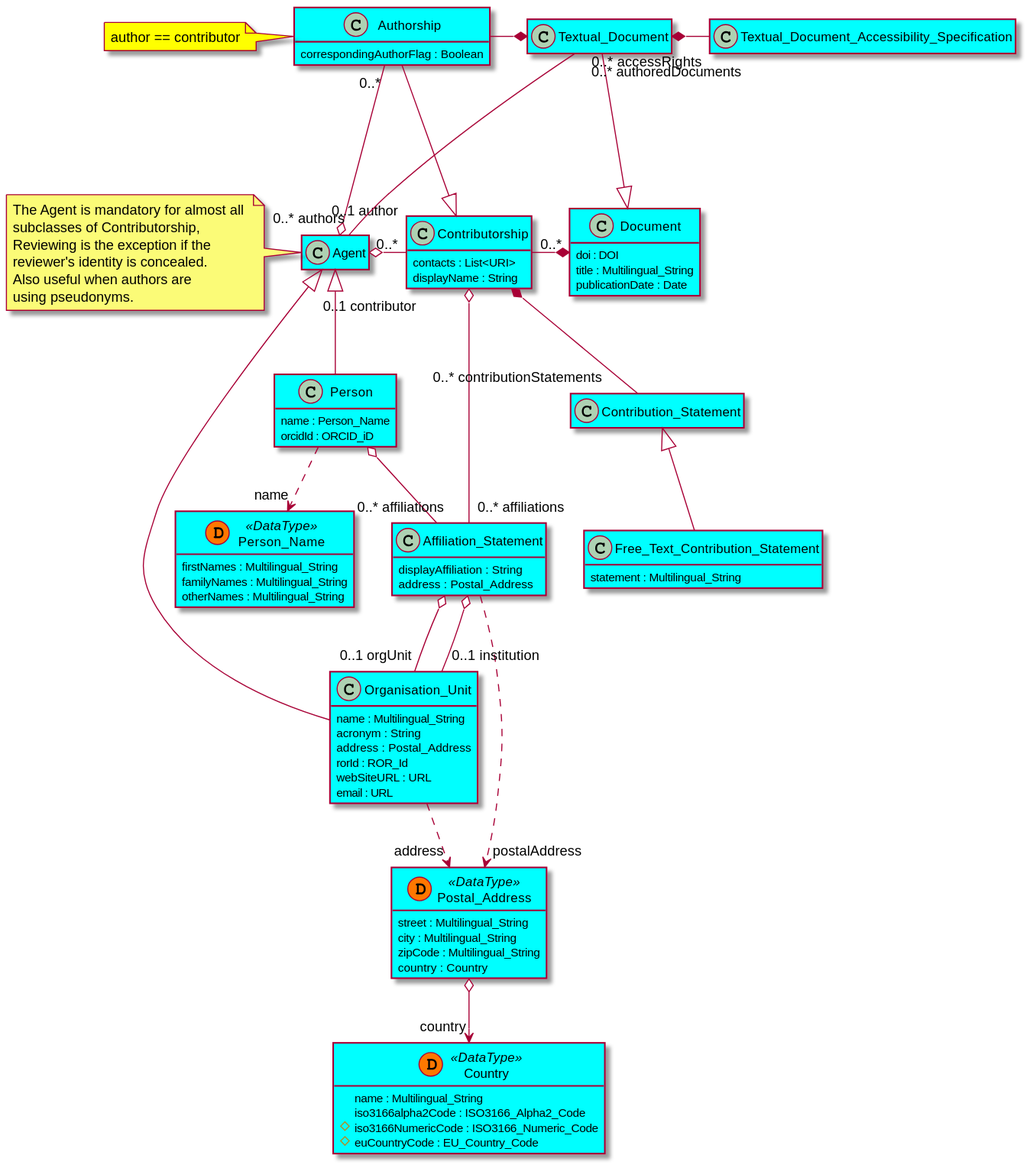
This is diagrams/core.svg from EuroCRIS/CERIF-ScholarlyPublicationsModule, a PlantUML export, as it was before one commit.
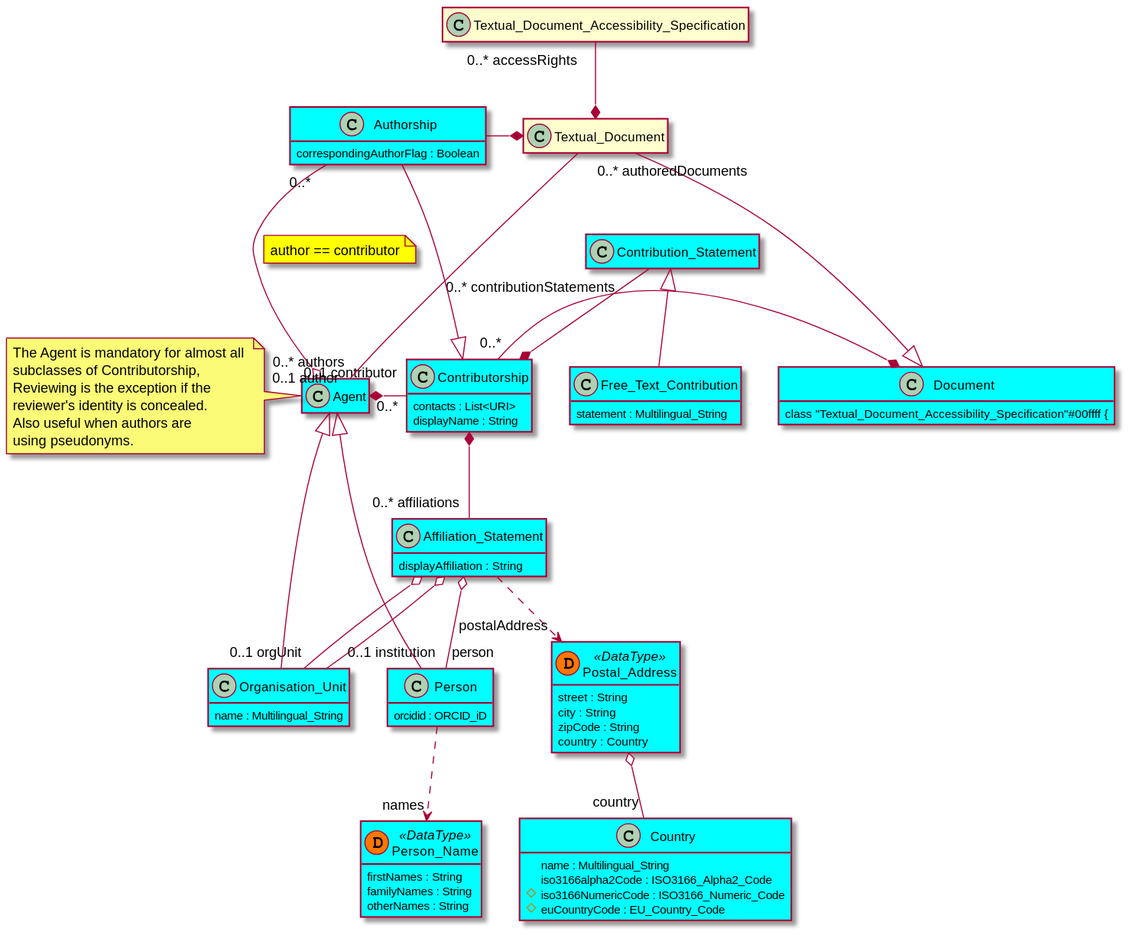
After the change.

Commit message:
colors at diagrams (core and module distinction)

Change to the diagram source:
```diff
@@ -1,98 +1,94 @@
 @startuml
-	!startsub common
-	!define datatype(x) class x << (D,#FF7700) DataType>>
-	hide empty members
-	skinparam BoxPadding 120
-	!endsub
+    !startsub common
+    	!define datatype(x) class x << (D,#FF7700) DataType>>
+    	hide empty members
+    !endsub
 
-    !startsub Contributorship
-    class "Document" #00ffff{
-        doi : DOI
+    !startsub Document
+    class "Document"#00ffff {
+        DOI : DOI_Type
         title : Multilingual_String
         publicationDate : Date
     }
+    class "Textual_Document"#00ffff {
+    }
     !endsub
-    class "Textual_Document" #00ffff{
+    !startsub TDAS
+    class "Textual_Document_Accessibility_Specification"#00ffff {
     }
-    class "Textual_Document_Accessibility_Specification" #00ffff{
-    }
-    !startsub Agent
-    class "Agent" #00ffff{
+    !endsub
+    class "Agent"#00ffff {
 
     }
-    class "Organisation_Unit" #00ffff{
+    class "Organisation_Unit"#00ffff {
         name : Multilingual_String
-        acronym : String
-        address : Postal_Address
-        rorId : ROR_Id
-        webSiteURL : URL
-        email : URL
     }
-    class "Person" #00ffff{
-        name : Person_Name
-        orcidId : ORCID_iD
+    class "Person"#00ffff {
+        orcidid : ORCID_iD
     }
-    datatype("Person_Name") #00ffff{
-        firstNames : Multilingual_String
-        familyNames : Multilingual_String
-        otherNames : Multilingual_String
+    datatype("Person_Name")#00ffff {
+        firstNames : String
+        familyNames : String
+        otherNames : String
     }
-    datatype("Postal_Address") #00ffff{
-        street : Multilingual_String
-        city : Multilingual_String
-        zipCode : Multilingual_String
+    class "Authorship"#00ffff {
+        correspondingAuthorFlag : Boolean
+    }
+    !startsub Contributorship
+    class "Contributorship"#00ffff {
+        contacts : List<URI>
+        displayName : String
+    }
+    class "Contribution_Statement"#00ffff {
+    }
+    class "Free_Text_Contribution"#00ffff {
+        statement : Multilingual_String
+    }
+    !endsub
+    class "Affiliation_Statement"#00ffff {
+        displayAffiliation : String
+    }
+   datatype("Postal_Address")#00ffff {
+        street : String
+        city : String
+        zipCode : String
         country : Country
     }
-    datatype("Country") #00ffff{
+    class "Country"#00ffff {
         name : Multilingual_String
         iso3166alpha2Code : ISO3166_Alpha2_Code
         # iso3166NumericCode : ISO3166_Numeric_Code
         # euCountryCode : EU_Country_Code
     }
-	"Postal_Address" o--> "country" "Country"
+    "Postal_Address" o-- "country" "Country"
+    "Affiliation_Statement" ..> "postalAddress" "Postal_Address"
+    "Affiliation_Statement" o-- "0..1 orgUnit" "Organisation_Unit"
+    "Affiliation_Statement" o-- "0..1 institution" "Organisation_Unit"
+    "Affiliation_Statement" o-- "person" "Person"
+    !startsub Contributorship
+    "Contribution_Statement" <|-- "Free_Text_Contribution"
     !endsub
-    class "Authorship" #00ffff{
-        correspondingAuthorFlag : Boolean
-    }
-    note left #yellow: author == contributor
     !startsub Contributorship
-    class "Contributorship" #00ffff{
-        contacts : List<URI>
-        displayName : String
-    }
-    class "Contribution_Statement" #00ffff{
-    }
-    class "Free_Text_Contribution_Statement" #00ffff{
-        statement : Multilingual_String
-    }
-    class "Affiliation_Statement" #00ffff{
-        displayAffiliation : String
-        address : Postal_Address
-    }
+    "Contributorship" "0..*" -r-* "Document"
     !endsub
-
-!startsub Contributorship
-"Affiliation_Statement" ..> "postalAddress" "Postal_Address"
-"Affiliation_Statement" o-- "0..1 orgUnit" "Organisation_Unit"
-"Affiliation_Statement" o-- "0..1 institution" "Organisation_Unit"
-"Person" o-- "0..* affiliations" "Affiliation_Statement"
-"Contribution_Statement" <|-- "Free_Text_Contribution_Statement"
-"Contributorship" "0..*" --r--* "Document"
-"Contributorship" "0..*" --l--o "0..1 contributor" "Agent"
-"Contributorship" o-- "0..* affiliations" "Affiliation_Statement"
-"Contributorship" *-- "0..* contributionStatements" "Contribution_Statement"
-!endsub
-"Authorship" -r-* "Textual_Document"
-"Contributorship" <|-u- "Authorship"
-"Authorship" "0..*" --o "0..1 author" "Agent"
-!startsub Agent
-"Person" ..> "name" "Person_Name"
-"Agent" <|-- "Person"
-"Agent" <|-- "Organisation_Unit"
-"Organisation_Unit" ..> "address" "Postal_Address"
-!endsub
-"Document" <|-u- "Textual_Document"
-"Textual_Document" *-r- "0..* accessRights" "Textual_Document_Accessibility_Specification"
-"Textual_Document" "0..* authoredDocuments" --- "0..* authors" "Agent"
+    !startsub Contributorship
+    "Contributorship" "0..*" -l-* "0..1 contributor" "Agent"
+    !endsub
+    "Contributorship" *-- "0..* affiliations" "Affiliation_Statement"
+    !startsub Contributorship
+    "Contributorship" *-u- "0..* contributionStatements" "Contribution_Statement"
+    !endsub
+    "Authorship" -r-* "Textual_Document"
+    "Contributorship" <|-u- "Authorship"
+    "Authorship" "0..*" --o "0..1 author" "Agent"
+    note on link #yellow: author == contributor
+    "Person" .d.> "names" "Person_Name"
+    "Agent" <|-d- "Person"
+    "Agent" <|-d- "Organisation_Unit"
+    !startsub Document
+    "Document" <|-u- "Textual_Document"
+    !endsub
+    "Textual_Document" *-u- "0..* accessRights" "Textual_Document_Accessibility_Specification"
+    "Textual_Document" "0..* authoredDocuments" --- "0..* authors" "Agent"
     note left of Agent: The Agent is mandatory for almost all \nsubclasses of Contributorship,\nReviewing is the exception if the \nreviewer's identity is concealed. \nAlso useful when authors are \nusing pseudonyms.
 @enduml
```
